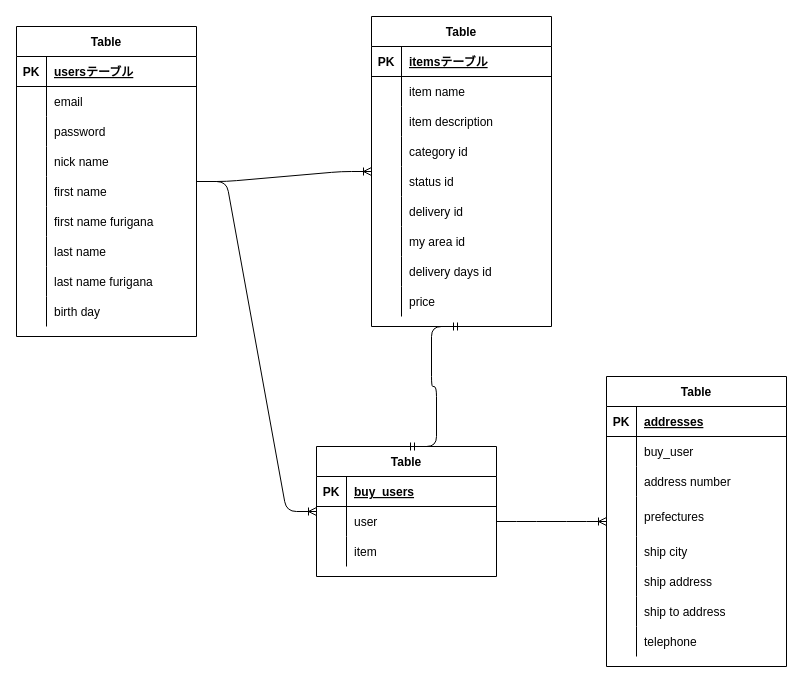
Earlier version of the draw.io diagram test.dio (kakipp/furima-34508). Source tidied: cells renumbered, new cells numbered last; positions are measured from the earlier drawing's top-left corner, leaving out a move shared by most shapes. Both pictures are drawn from the tidied source at 100%, with x=0, y=0 at pixel (16, 16).
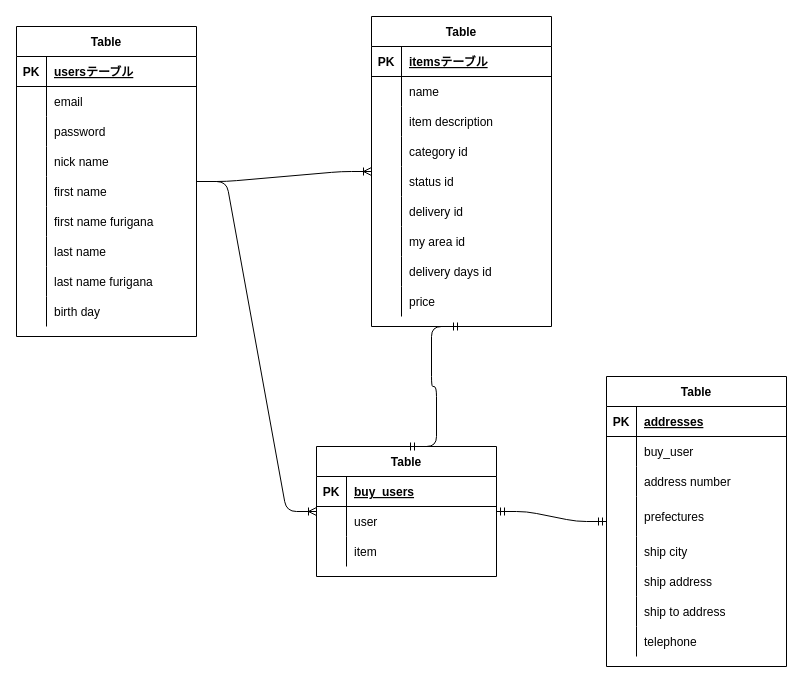
After the change.

Commit message (it also covers changes not shown here):
テーブル設計の修正3

The change refers to these unchanged cells:
```xml
<mxCell id="34" style="shape=partialRectangle;fillColor=none;top=0;left=0;bottom=0;right=0;" parent="30" vertex="1">
  <mxGeometry y="60" width="180" height="30" as="geometry" />
</mxCell>
<mxCell id="58" value="Table" style="shape=table;startSize=30;childLayout=tableLayout;rowLines=0;fontStyle=1;align=center;" parent="1" vertex="1">
  <mxGeometry x="590" y="360" width="180" height="290" as="geometry" />
</mxCell>
<mxCell id="83" value="Table" style="shape=table;startSize=30;childLayout=tableLayout;rowLines=0;fontStyle=1;align=center;" parent="1" vertex="1">
  <mxGeometry x="300" y="430" width="180" height="130" as="geometry" />
</mxCell>
<mxCell id="87" style="shape=partialRectangle;fillColor=none;top=0;left=0;bottom=0;right=0;points=[[0,0.5],[1,0.5]];portConstraint=eastwest;" parent="83" vertex="1">
  <mxGeometry y="60" width="180" height="30" as="geometry" />
</mxCell>
```

The edit, as a diff of the source:
```diff
@@
-    <mxCell id="36" value="item name" style="shape=partialRectangle;fillColor=none;top=0;left=0;bottom=0;right=0;align=left;spacingLeft=6;overflow=hidden;" parent="34" vertex="1">
+    <mxCell id="36" value="name" style="shape=partialRectangle;fillColor=none;top=0;left=0;bottom=0;right=0;align=left;spacingLeft=6;overflow=hidden;" parent="34" vertex="1">
       <mxGeometry x="30" width="150" height="30" as="geometry" />
     </mxCell>
@@
-    <mxCell id="94" style="edgeStyle=entityRelationEdgeStyle;fontSize=12;html=1;endArrow=ERoneToMany;exitX=1;exitY=0.5;exitDx=0;exitDy=0;" parent="1" edge="1" source="87" target="58">
-      <mxGeometry relative="1" as="geometry" />
-    </mxCell>
@@
+    <mxCell id="97" style="edgeStyle=entityRelationEdgeStyle;fontSize=12;html=1;endArrow=ERmandOne;startArrow=ERmandOne;" parent="1" edge="1" source="83" target="58">
+      <mxGeometry relative="1" as="geometry" />
+    </mxCell>
```
